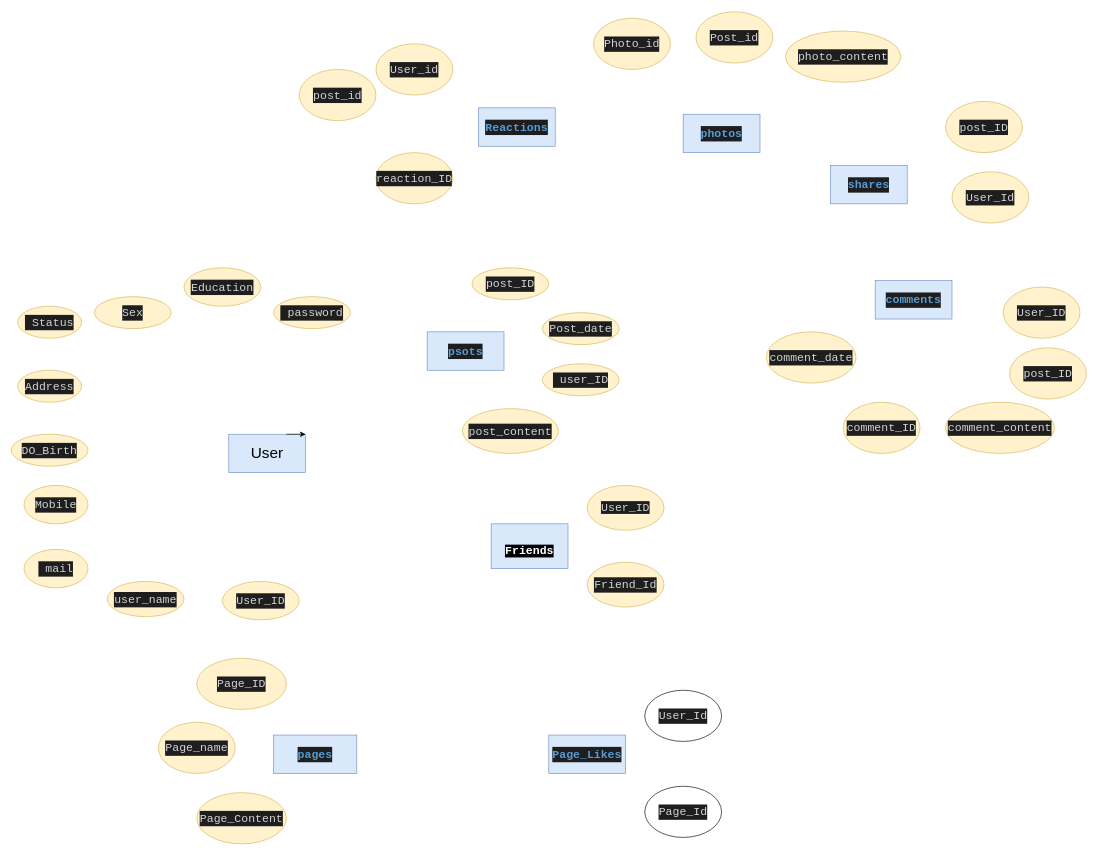
elarabyelaidy19/database_of_databases keeps this draw.io diagram as weyou/Untitled Diagram.drawio. Above is the earlier version. Source tidied: cells renumbered, new cells numbered last; positions are measured from the earlier drawing's top-left corner, leaving out a move shared by most shapes. Both pictures are drawn from the tidied source at 64%, with x=0, y=0 at pixel (11, 12).
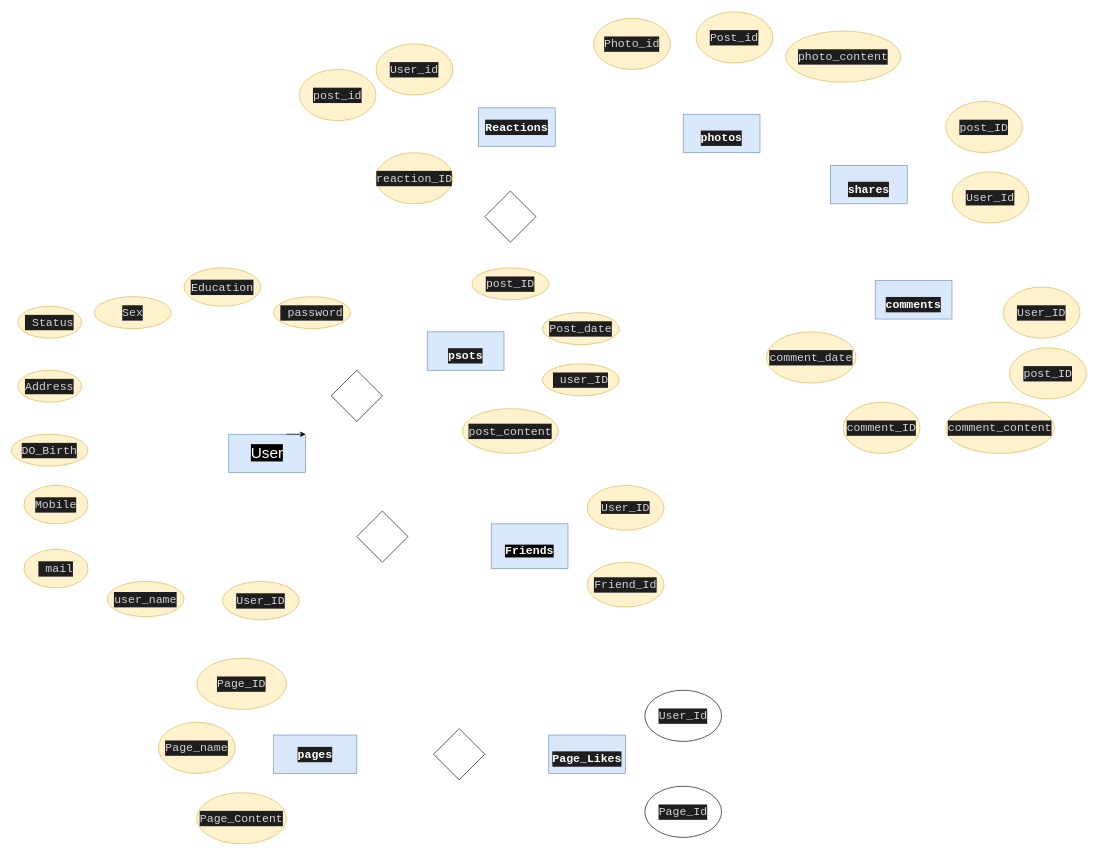
After the change.

What changed in the source:
```diff
@@
-    <mxCell id="2" value="&#10;&#10;&lt;div style=&quot;color: rgb(212, 212, 212); background-color: rgb(30, 30, 30); font-family: consolas, &amp;quot;courier new&amp;quot;, monospace; font-weight: normal; font-size: 18px; line-height: 24px;&quot;&gt;&lt;div&gt;&lt;span style=&quot;color: #569cd6 ; font-weight: bold&quot;&gt;comments&lt;/span&gt;&lt;/div&gt;&lt;/div&gt;&#10;&#10;" style="rounded=0;whiteSpace=wrap;html=1;fillColor=#dae8fc;strokeColor=#6c8ebf;" parent="1" vertex="1">
+    <mxCell id="2" value="&lt;font color=&quot;#ffffff&quot;&gt;&lt;br&gt;&lt;br&gt;&lt;/font&gt;&lt;div style=&quot;background-color: rgb(30 , 30 , 30) ; font-family: &amp;#34;consolas&amp;#34; , &amp;#34;courier new&amp;#34; , monospace ; font-weight: normal ; font-size: 18px ; line-height: 24px&quot;&gt;&lt;div&gt;&lt;span style=&quot;font-weight: bold&quot;&gt;&lt;font color=&quot;#ffffff&quot;&gt;comments&lt;/font&gt;&lt;/span&gt;&lt;/div&gt;&lt;/div&gt;&lt;font color=&quot;#ffffff&quot;&gt;&lt;br&gt;&lt;/font&gt;" style="rounded=0;whiteSpace=wrap;html=1;fillColor=#dae8fc;strokeColor=#6c8ebf;" parent="1" vertex="1">
       <mxGeometry x="1350" y="420" width="120" height="60" as="geometry" />
     </mxCell>
-    <mxCell id="3" value="&#10;&#10;&lt;div style=&quot;color: rgb(212, 212, 212); background-color: rgb(30, 30, 30); font-family: consolas, &amp;quot;courier new&amp;quot;, monospace; font-weight: normal; font-size: 18px; line-height: 24px;&quot;&gt;&lt;div&gt;&lt;span style=&quot;color: #569cd6 ; font-weight: bold&quot;&gt;Page_Likes&lt;/span&gt;&lt;/div&gt;&lt;/div&gt;&#10;&#10;" style="rounded=0;whiteSpace=wrap;html=1;fillColor=#dae8fc;strokeColor=#6c8ebf;" parent="1" vertex="1">
+    <mxCell id="3" value="&lt;font color=&quot;#ffffff&quot;&gt;&lt;br&gt;&lt;br&gt;&lt;/font&gt;&lt;div style=&quot;background-color: rgb(30 , 30 , 30) ; font-family: &amp;#34;consolas&amp;#34; , &amp;#34;courier new&amp;#34; , monospace ; font-weight: normal ; font-size: 18px ; line-height: 24px&quot;&gt;&lt;div&gt;&lt;span style=&quot;font-weight: bold&quot;&gt;&lt;font color=&quot;#ffffff&quot;&gt;Page_Likes&lt;/font&gt;&lt;/span&gt;&lt;/div&gt;&lt;/div&gt;&lt;font color=&quot;#ffffff&quot;&gt;&lt;br&gt;&lt;/font&gt;" style="rounded=0;whiteSpace=wrap;html=1;fillColor=#dae8fc;strokeColor=#6c8ebf;" parent="1" vertex="1">
       <mxGeometry x="840" y="1130" width="120" height="60" as="geometry" />
     </mxCell>
@@
-    <mxCell id="5" value="&#10;&#10;&lt;div style=&quot;color: rgb(212, 212, 212); background-color: rgb(30, 30, 30); font-family: consolas, &amp;quot;courier new&amp;quot;, monospace; font-weight: normal; font-size: 18px; line-height: 24px;&quot;&gt;&lt;div&gt;&lt;span style=&quot;color: #569cd6 ; font-weight: bold&quot;&gt;photos&lt;/span&gt;&lt;/div&gt;&lt;/div&gt;&#10;&#10;" style="rounded=0;whiteSpace=wrap;html=1;fillColor=#dae8fc;strokeColor=#6c8ebf;" parent="1" vertex="1">
+    <mxCell id="5" value="&lt;font color=&quot;#ffffff&quot;&gt;&lt;br&gt;&lt;br&gt;&lt;/font&gt;&lt;div style=&quot;background-color: rgb(30 , 30 , 30) ; font-family: &amp;#34;consolas&amp;#34; , &amp;#34;courier new&amp;#34; , monospace ; font-weight: normal ; font-size: 18px ; line-height: 24px&quot;&gt;&lt;div&gt;&lt;span style=&quot;font-weight: bold&quot;&gt;&lt;font color=&quot;#ffffff&quot;&gt;photos&lt;/font&gt;&lt;/span&gt;&lt;/div&gt;&lt;/div&gt;&lt;font color=&quot;#ffffff&quot;&gt;&lt;br&gt;&lt;/font&gt;" style="rounded=0;whiteSpace=wrap;html=1;fillColor=#dae8fc;strokeColor=#6c8ebf;" parent="1" vertex="1">
       <mxGeometry x="1050" y="160" width="120" height="60" as="geometry" />
     </mxCell>
-    <mxCell id="6" value="&lt;div style=&quot;color: rgb(212 , 212 , 212) ; background-color: rgb(30 , 30 , 30) ; font-family: &amp;#34;consolas&amp;#34; , &amp;#34;courier new&amp;#34; , monospace ; font-size: 18px ; line-height: 24px&quot;&gt;&lt;span style=&quot;color: #569cd6 ; font-weight: bold&quot;&gt;pages&lt;/span&gt;&lt;/div&gt;" style="rounded=0;whiteSpace=wrap;html=1;fillColor=#dae8fc;strokeColor=#6c8ebf;" parent="1" vertex="1">
+    <mxCell id="6" value="&lt;div style=&quot;background-color: rgb(30 , 30 , 30) ; font-family: &amp;#34;consolas&amp;#34; , &amp;#34;courier new&amp;#34; , monospace ; font-size: 18px ; line-height: 24px&quot;&gt;&lt;span style=&quot;font-weight: bold&quot;&gt;&lt;font color=&quot;#ffffff&quot;&gt;pages&lt;/font&gt;&lt;/span&gt;&lt;/div&gt;" style="rounded=0;whiteSpace=wrap;html=1;fillColor=#dae8fc;strokeColor=#6c8ebf;" parent="1" vertex="1">
       <mxGeometry x="410" y="1130" width="130" height="60" as="geometry" />
     </mxCell>
-    <mxCell id="7" value="&lt;font style=&quot;font-size: 24px&quot;&gt;User&lt;/font&gt;" style="rounded=0;whiteSpace=wrap;html=1;fillColor=#dae8fc;strokeColor=#6c8ebf;" parent="1" vertex="1">
+    <mxCell id="7" value="&lt;font style=&quot;font-size: 24px ; background-color: rgb(0 , 0 , 0)&quot; color=&quot;#ffffff&quot;&gt;User&lt;/font&gt;" style="rounded=0;whiteSpace=wrap;html=1;fillColor=#dae8fc;strokeColor=#6c8ebf;" parent="1" vertex="1">
       <mxGeometry x="340" y="660" width="120" height="60" as="geometry" />
     </mxCell>
-    <mxCell id="8" value="&#10;&#10;&lt;div style=&quot;color: rgb(212, 212, 212); background-color: rgb(30, 30, 30); font-family: consolas, &amp;quot;courier new&amp;quot;, monospace; font-weight: normal; font-size: 18px; line-height: 24px;&quot;&gt;&lt;div&gt;&lt;span style=&quot;color: #569cd6 ; font-weight: bold&quot;&gt;psots&lt;/span&gt;&lt;/div&gt;&lt;/div&gt;&#10;&#10;" style="rounded=0;whiteSpace=wrap;html=1;fillColor=#dae8fc;strokeColor=#6c8ebf;" parent="1" vertex="1">
+    <mxCell id="8" value="&lt;font color=&quot;#ffffff&quot;&gt;&lt;br&gt;&lt;br&gt;&lt;/font&gt;&lt;div style=&quot;background-color: rgb(30 , 30 , 30) ; font-family: &amp;#34;consolas&amp;#34; , &amp;#34;courier new&amp;#34; , monospace ; font-weight: normal ; font-size: 18px ; line-height: 24px&quot;&gt;&lt;div&gt;&lt;span style=&quot;font-weight: bold&quot;&gt;&lt;font color=&quot;#ffffff&quot;&gt;psots&lt;/font&gt;&lt;/span&gt;&lt;/div&gt;&lt;/div&gt;&lt;font color=&quot;#ffffff&quot;&gt;&lt;br&gt;&lt;/font&gt;" style="rounded=0;whiteSpace=wrap;html=1;fillColor=#dae8fc;strokeColor=#6c8ebf;" parent="1" vertex="1">
       <mxGeometry x="650" y="500" width="120" height="60" as="geometry" />
     </mxCell>
-    <mxCell id="9" value="&#10;&#10;&lt;div style=&quot;color: rgb(212, 212, 212); background-color: rgb(30, 30, 30); font-family: consolas, &amp;quot;courier new&amp;quot;, monospace; font-weight: normal; font-size: 18px; line-height: 24px;&quot;&gt;&lt;div&gt;&lt;span style=&quot;color: #569cd6 ; font-weight: bold&quot;&gt;shares&lt;/span&gt;&lt;/div&gt;&lt;/div&gt;&#10;&#10;" style="rounded=0;whiteSpace=wrap;html=1;fillColor=#dae8fc;strokeColor=#6c8ebf;" parent="1" vertex="1">
+    <mxCell id="9" value="&lt;font color=&quot;#ffffff&quot;&gt;&lt;br&gt;&lt;br&gt;&lt;/font&gt;&lt;div style=&quot;background-color: rgb(30 , 30 , 30) ; font-family: &amp;#34;consolas&amp;#34; , &amp;#34;courier new&amp;#34; , monospace ; font-weight: normal ; font-size: 18px ; line-height: 24px&quot;&gt;&lt;div&gt;&lt;span style=&quot;font-weight: bold&quot;&gt;&lt;font color=&quot;#ffffff&quot;&gt;shares&lt;/font&gt;&lt;/span&gt;&lt;/div&gt;&lt;/div&gt;&lt;font color=&quot;#ffffff&quot;&gt;&lt;br&gt;&lt;/font&gt;" style="rounded=0;whiteSpace=wrap;html=1;fillColor=#dae8fc;strokeColor=#6c8ebf;" parent="1" vertex="1">
       <mxGeometry x="1280" y="240" width="120" height="60" as="geometry" />
     </mxCell>
-    <mxCell id="10" value="&lt;div style=&quot;color: rgb(212 , 212 , 212) ; background-color: rgb(30 , 30 , 30) ; font-family: &amp;#34;consolas&amp;#34; , &amp;#34;courier new&amp;#34; , monospace ; font-size: 18px ; line-height: 24px&quot;&gt;&lt;span style=&quot;color: #569cd6 ; font-weight: bold&quot;&gt;Reactions&lt;/span&gt;&lt;/div&gt;" style="rounded=0;whiteSpace=wrap;html=1;fillColor=#dae8fc;strokeColor=#6c8ebf;" parent="1" vertex="1">
+    <mxCell id="10" value="&lt;div style=&quot;background-color: rgb(30 , 30 , 30) ; font-family: &amp;#34;consolas&amp;#34; , &amp;#34;courier new&amp;#34; , monospace ; font-size: 18px ; line-height: 24px&quot;&gt;&lt;span style=&quot;font-weight: bold&quot;&gt;&lt;font color=&quot;#ffffff&quot;&gt;Reactions&lt;/font&gt;&lt;/span&gt;&lt;/div&gt;" style="rounded=0;whiteSpace=wrap;html=1;fillColor=#dae8fc;strokeColor=#6c8ebf;" parent="1" vertex="1">
       <mxGeometry x="730" y="150" width="120" height="60" as="geometry" />
     </mxCell>
@@
+    <mxCell id="47" style="rhombus;whiteSpace=wrap;html=1;" parent="1" vertex="1">
+      <mxGeometry x="500" y="560" width="80" height="80" as="geometry" />
+    </mxCell>
+    <mxCell id="48" style="rhombus;whiteSpace=wrap;html=1;" parent="1" vertex="1">
+      <mxGeometry x="740" y="280" width="80" height="80" as="geometry" />
+    </mxCell>
+    <mxCell id="49" style="rhombus;whiteSpace=wrap;html=1;" parent="1" vertex="1">
+      <mxGeometry x="660" y="1120" width="80" height="80" as="geometry" />
+    </mxCell>
+    <mxCell id="50" style="rhombus;whiteSpace=wrap;html=1;" parent="1" vertex="1">
+      <mxGeometry x="540" y="780" width="80" height="80" as="geometry" />
+    </mxCell>
```
